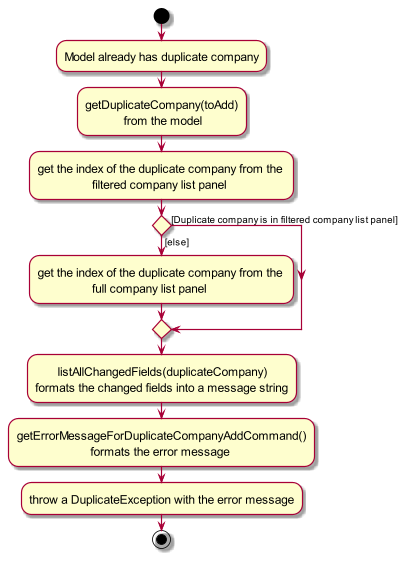
tayruxin/tp keeps this PlantUML diagram as docs/images/duplicate-detection/add-command/DuplicateActivityDiagram.png. Above is the earlier version.
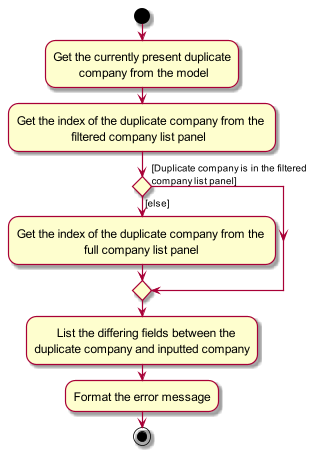
The same file after the commit.

What changed in the source:
```diff
@@ -3,18 +3,17 @@
 skinparam ActivityFontSize 15
 skinparam ArrowFontSize 12
 start
-:Model already has duplicate company;
 
 
-:getDuplicateCompany(toAdd)\n            from the model;
-:get the index of the duplicate company from the \n                 filtered company list panel;
+:Get the currently present duplicate\n        company from the model;
+:Get the index of the duplicate company from the \n                 filtered company list panel;
 if () then ([else])
-    :get the index of the duplicate company from the \n                 full company list panel;
-else ([Duplicate company is in filtered company list panel])
+    :Get the index of the duplicate company from the \n                     full company list panel;
+else ([Duplicate company is in the filtered \ncompany list panel])
     endif
 
-:       listAllChangedFields(duplicateCompany)\nformats the changed fields into a message string;
-:getErrorMessageForDuplicateCompanyAddCommand()\n                       formats the error message;
-:throw a DuplicateException with the error message;
+:       List the differing fields between the
+duplicate company and inputted company;
+:Format the error message;
 stop
 @enduml
```
